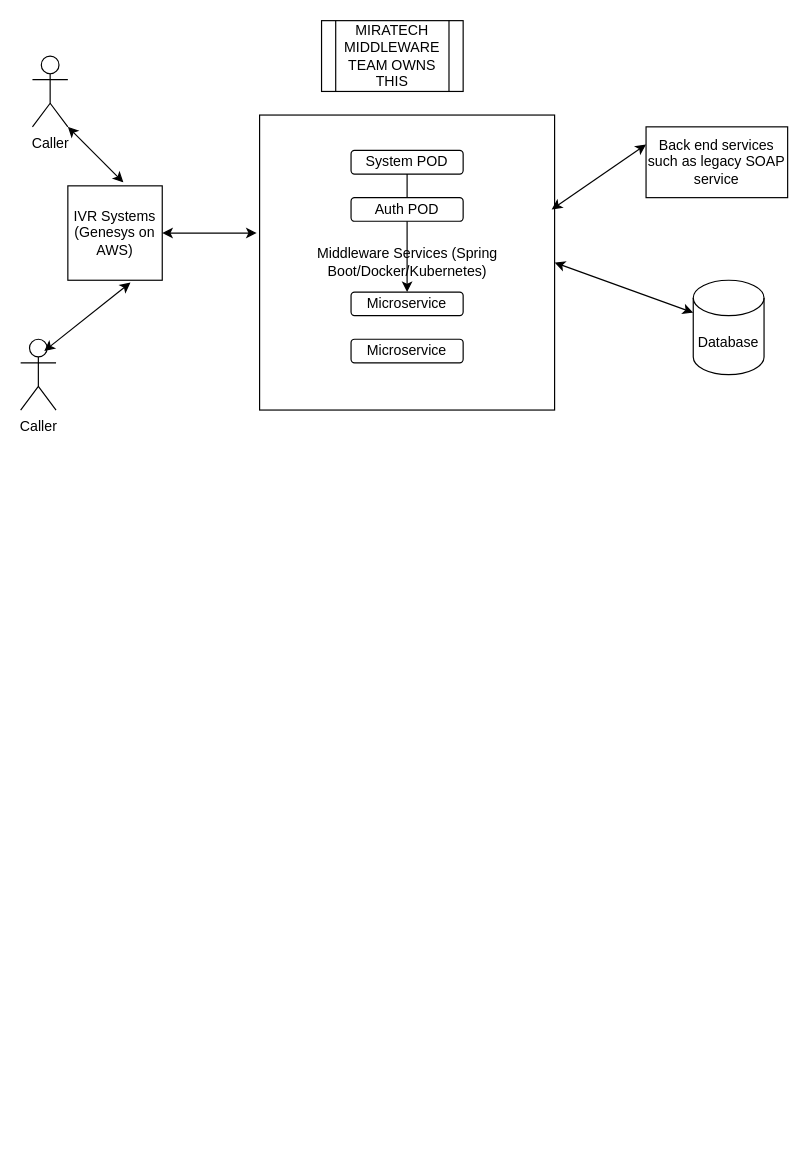
The draw.io diagram IVR MW.drawio in anshuldevmehta/RandomDiagrams, before the edit. Source tidied: cells renumbered, new cells numbered last; positions are measured from the earlier drawing's top-left corner, leaving out a move shared by most shapes. Both pictures are drawn from the tidied source at 118%, with x=0, y=0 at pixel (20, 20).
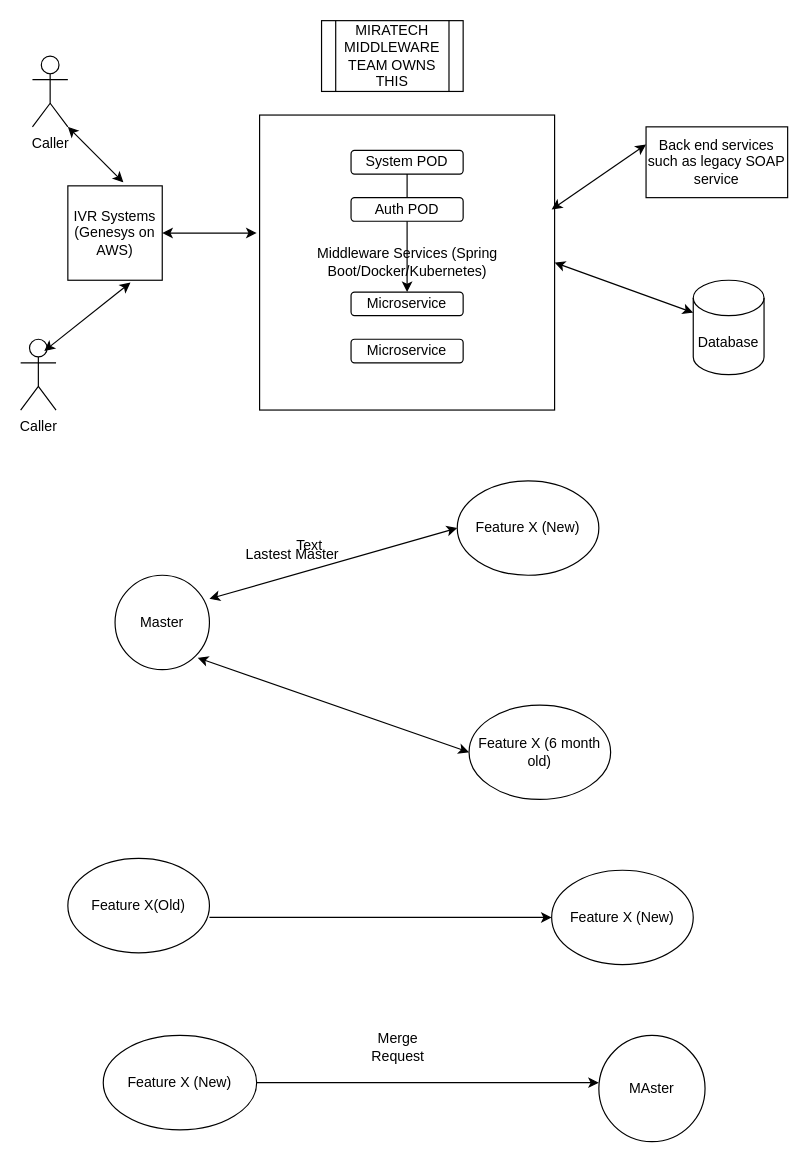
After the change.

What changed in the source:
```diff
@@
+    <mxCell id="19" value="Master" style="ellipse;whiteSpace=wrap;html=1;" parent="1" vertex="1">
+      <mxGeometry x="80" y="470" width="80" height="80" as="geometry" />
+    </mxCell>
+    <mxCell id="20" value="Feature X (6 month old)" style="ellipse;whiteSpace=wrap;html=1;" parent="1" vertex="1">
+      <mxGeometry x="380" y="580" width="120" height="80" as="geometry" />
+    </mxCell>
+    <mxCell id="21" style="endArrow=classic;startArrow=classic;html=1;rounded=0;entryX=0;entryY=0.5;entryDx=0;entryDy=0;" parent="1" edge="1" target="20">
+      <mxGeometry relative="1" as="geometry">
+        <mxPoint x="150" y="540" as="sourcePoint" />
+      </mxGeometry>
+    </mxCell>
+    <mxCell id="22" value="Feature X (New)" style="ellipse;whiteSpace=wrap;html=1;" parent="1" vertex="1">
+      <mxGeometry x="370" y="390" width="120" height="80" as="geometry" />
+    </mxCell>
+    <mxCell id="23" style="endArrow=classic;startArrow=classic;html=1;rounded=0;entryX=0;entryY=0.5;entryDx=0;entryDy=0;" parent="1" edge="1" target="22">
+      <mxGeometry relative="1" as="geometry">
+        <mxPoint x="160" y="490" as="sourcePoint" />
+      </mxGeometry>
+    </mxCell>
+    <mxCell id="24" value="Feature X(Old)" style="ellipse;whiteSpace=wrap;html=1;" parent="1" vertex="1">
+      <mxGeometry x="40" y="710" width="120" height="80" as="geometry" />
+    </mxCell>
+    <mxCell id="25" style="endArrow=classic;html=1;rounded=0;entryX=0;entryY=0.5;entryDx=0;entryDy=0;" parent="1" edge="1" target="26">
+      <mxGeometry relative="1" as="geometry">
+        <mxPoint x="160" y="760" as="sourcePoint" />
+      </mxGeometry>
+    </mxCell>
+    <mxCell id="26" value="Feature X (New)" style="ellipse;whiteSpace=wrap;html=1;" parent="1" vertex="1">
+      <mxGeometry x="450" y="720" width="120" height="80" as="geometry" />
+    </mxCell>
+    <mxCell id="27" value="Feature X (New)" style="ellipse;whiteSpace=wrap;html=1;" parent="1" vertex="1">
+      <mxGeometry x="70" y="860" width="130" height="80" as="geometry" />
+    </mxCell>
+    <mxCell id="28" style="endArrow=classic;html=1;rounded=0;exitX=1;exitY=0.5;exitDx=0;exitDy=0;" parent="1" edge="1" source="27">
+      <mxGeometry relative="1" as="geometry">
+        <mxPoint x="490" y="900" as="targetPoint" />
+      </mxGeometry>
+    </mxCell>
+    <mxCell id="29" value="MAster" style="ellipse;whiteSpace=wrap;html=1;" parent="1" vertex="1">
+      <mxGeometry x="490" y="860" width="90" height="90" as="geometry" />
+    </mxCell>
+    <mxCell id="30" value="Merge Request" style="text;html=1;strokeColor=none;fillColor=none;align=center;verticalAlign=middle;whiteSpace=wrap;rounded=0;" parent="1" vertex="1">
+      <mxGeometry x="290" y="855" width="60" height="30" as="geometry" />
+    </mxCell>
+    <mxCell id="31" value="Text" style="text;html=1;strokeColor=none;fillColor=none;align=center;verticalAlign=middle;whiteSpace=wrap;rounded=0;" parent="1" vertex="1">
+      <mxGeometry x="210" y="430" width="70" height="30" as="geometry" />
+    </mxCell>
+    <mxCell id="32" value="Lastest Master" style="text;html=1;align=center;verticalAlign=middle;strokeColor=none;fillColor=none;" parent="1" vertex="1">
+      <mxGeometry x="180" y="438" width="100" height="30" as="geometry" />
+    </mxCell>
```
